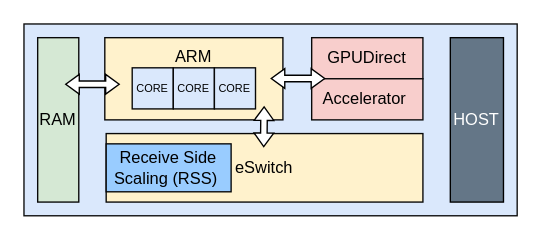
Above: BF3_framwork.drawio in CHRIS123540/GPU (draw.io), before the change. Source tidied: cells renumbered, new cells numbered last; positions are measured from the earlier drawing's top-left corner, leaving out a move shared by most shapes. Both pictures are drawn from the tidied source at 137%, with x=0, y=0 at pixel (23, 23).
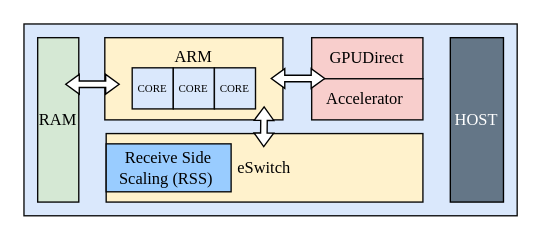
The same page after the edit.

Diff of the diagram source:
```diff
@@
 <mxGraphModel>
   <root>
     <mxCell id="0" />
     <mxCell id="1" parent="0" />
-    <mxCell id="2" style="rounded=0;whiteSpace=wrap;html=1;fillColor=#dae8fc;strokeColor=#0d0d0d;" parent="1" vertex="1">
+    <mxCell id="2" style="rounded=0;whiteSpace=wrap;html=1;fillColor=#dae8fc;strokeColor=#0d0d0d;fontFamily=Times New Roman;" parent="1" vertex="1">
       <mxGeometry width="360" height="140" as="geometry" />
     </mxCell>
-    <mxCell id="3" style="edgeStyle=orthogonalEdgeStyle;rounded=0;jettySize=auto;html=1;" parent="1" edge="1" source="4" target="11">
+    <mxCell id="3" style="edgeStyle=orthogonalEdgeStyle;rounded=0;jettySize=auto;html=1;fontFamily=Times New Roman;" parent="1" edge="1" source="4" target="11">
       <mxGeometry relative="1" as="geometry" />
     </mxCell>
-    <mxCell id="4" value="eSwitch" style="rounded=0;whiteSpace=wrap;html=1;fillColor=#fff2cc;strokeColor=#080808;" parent="1" vertex="1">
+    <mxCell id="4" value="eSwitch" style="rounded=0;whiteSpace=wrap;html=1;fillColor=#fff2cc;strokeColor=#080808;fontFamily=Times New Roman;" parent="1" vertex="1">
       <mxGeometry x="60" y="80" width="231.2" height="50" as="geometry" />
     </mxCell>
-    <mxCell id="5" value="ARM" style="rounded=0;whiteSpace=wrap;html=1;horizontal=1;verticalAlign=top;fillColor=#fff2cc;strokeColor=#080808;" parent="1" vertex="1">
+    <mxCell id="5" value="ARM" style="rounded=0;whiteSpace=wrap;html=1;horizontal=1;verticalAlign=top;fillColor=#fff2cc;strokeColor=#080808;fontFamily=Times New Roman;" parent="1" vertex="1">
       <mxGeometry x="59" y="10" width="130" height="60" as="geometry" />
     </mxCell>
-    <mxCell id="6" value="&amp;nbsp;GPUDirect&amp;nbsp;" style="rounded=0;whiteSpace=wrap;html=1;fillColor=#f8cecc;strokeColor=#080808;" parent="1" vertex="1">
+    <mxCell id="6" value="&amp;nbsp;GPUDirect&amp;nbsp;" style="rounded=0;whiteSpace=wrap;html=1;fillColor=#f8cecc;strokeColor=#080808;fontFamily=Times New Roman;" parent="1" vertex="1">
       <mxGeometry x="210" y="10" width="81.2" height="30" as="geometry" />
     </mxCell>
-    <mxCell id="7" value="Accelerator&amp;nbsp;" style="rounded=0;whiteSpace=wrap;html=1;fillColor=#f8cecc;strokeColor=#080808;" parent="1" vertex="1">
+    <mxCell id="7" value="Accelerator&amp;nbsp;" style="rounded=0;whiteSpace=wrap;html=1;fillColor=#f8cecc;strokeColor=#080808;fontFamily=Times New Roman;" parent="1" vertex="1">
       <mxGeometry x="210" y="40" width="81.2" height="30" as="geometry" />
     </mxCell>
-    <mxCell id="8" value="RAM" style="rounded=0;whiteSpace=wrap;html=1;fillColor=#d5e8d4;strokeColor=#080808;" parent="1" vertex="1">
+    <mxCell id="8" value="RAM" style="rounded=0;whiteSpace=wrap;html=1;fillColor=#d5e8d4;strokeColor=#080808;fontFamily=Times New Roman;" parent="1" vertex="1">
       <mxGeometry x="10" y="10" width="30" height="120" as="geometry" />
     </mxCell>
-    <mxCell id="9" value="CORE" style="rounded=0;whiteSpace=wrap;html=1;fontSize=8;labelBackgroundColor=none;strokeColor=#080808;fillColor=#dae8fc;" parent="1" vertex="1">
+    <mxCell id="9" value="CORE" style="rounded=0;whiteSpace=wrap;html=1;fontSize=8;labelBackgroundColor=none;strokeColor=#080808;fillColor=#dae8fc;fontFamily=Times New Roman;" parent="1" vertex="1">
       <mxGeometry x="79" y="32" width="30" height="30" as="geometry" />
     </mxCell>
-    <mxCell id="10" value="CORE" style="rounded=0;whiteSpace=wrap;html=1;fontSize=8;labelBackgroundColor=none;strokeColor=#080808;fillColor=#dae8fc;" parent="1" vertex="1">
+    <mxCell id="10" value="CORE" style="rounded=0;whiteSpace=wrap;html=1;fontSize=8;labelBackgroundColor=none;strokeColor=#080808;fillColor=#dae8fc;fontFamily=Times New Roman;" parent="1" vertex="1">
       <mxGeometry x="109" y="32" width="30" height="30" as="geometry" />
     </mxCell>
-    <mxCell id="11" value="CORE" style="rounded=0;whiteSpace=wrap;html=1;fontSize=8;labelBackgroundColor=none;strokeColor=#080808;fillColor=#dae8fc;" parent="1" vertex="1">
+    <mxCell id="11" value="CORE" style="rounded=0;whiteSpace=wrap;html=1;fontSize=8;labelBackgroundColor=none;strokeColor=#080808;fillColor=#dae8fc;fontFamily=Times New Roman;" parent="1" vertex="1">
       <mxGeometry x="139" y="32" width="30" height="30" as="geometry" />
     </mxCell>
-    <mxCell id="12" value="HOST" style="rounded=0;whiteSpace=wrap;html=1;fillColor=#647687;fontColor=#ffffff;strokeColor=#000000;" parent="1" vertex="1">
+    <mxCell id="12" value="HOST" style="rounded=0;whiteSpace=wrap;html=1;fillColor=#647687;fontColor=#ffffff;strokeColor=#000000;fontFamily=Times New Roman;" parent="1" vertex="1">
       <mxGeometry x="311.2" y="10" width="38.8" height="120" as="geometry" />
     </mxCell>
-    <mxCell id="13" style="shape=flexArrow;endArrow=classic;startArrow=classic;html=1;rounded=0;startWidth=8.571428571428571;startSize=2.954285714285714;endWidth=8.571428571428571;endSize=2.954285714285714;width=4.761904761904762;fillColor=default;" parent="1" edge="1">
+    <mxCell id="13" style="shape=flexArrow;endArrow=classic;startArrow=classic;html=1;rounded=0;startWidth=8.571428571428571;startSize=2.954285714285714;endWidth=8.571428571428571;endSize=2.954285714285714;width=4.761904761904762;fillColor=default;fontFamily=Times New Roman;" parent="1" edge="1">
       <mxGeometry relative="1" as="geometry">
         <mxPoint x="180" y="39.8" as="sourcePoint" />
         <mxPoint x="220" y="39.8" as="targetPoint" />
       </mxGeometry>
     </mxCell>
-    <mxCell id="14" style="shape=flexArrow;endArrow=classic;startArrow=classic;html=1;rounded=0;startWidth=8.571428571428571;startSize=2.954285714285714;endWidth=8.571428571428571;endSize=2.954285714285714;width=4.761904761904762;fillColor=default;" parent="1" edge="1">
+    <mxCell id="14" style="shape=flexArrow;endArrow=classic;startArrow=classic;html=1;rounded=0;startWidth=8.571428571428571;startSize=2.954285714285714;endWidth=8.571428571428571;endSize=2.954285714285714;width=4.761904761904762;fillColor=default;fontFamily=Times New Roman;" parent="1" edge="1">
       <mxGeometry relative="1" as="geometry">
         <mxPoint x="30" y="44" as="sourcePoint" />
         <mxPoint x="70" y="44" as="targetPoint" />
       </mxGeometry>
     </mxCell>
-    <mxCell id="15" value="Receive Side Scaling (RSS)&amp;nbsp;" style="rounded=0;whiteSpace=wrap;html=1;fillColor=#99CCFF;strokeColor=#080808;" parent="1" vertex="1">
+    <mxCell id="15" value="Receive Side Scaling (RSS)&amp;nbsp;" style="rounded=0;whiteSpace=wrap;html=1;fillColor=#99CCFF;strokeColor=#080808;fontFamily=Times New Roman;" parent="1" vertex="1">
       <mxGeometry x="60" y="87.5" width="91.2" height="35" as="geometry" />
     </mxCell>
-    <mxCell id="16" style="shape=flexArrow;endArrow=classic;startArrow=classic;html=1;rounded=0;startWidth=8.571428571428571;startSize=2.954285714285714;endWidth=8.571428571428571;endSize=2.954285714285714;width=4.761904761904762;fillColor=default;exitX=0.5;exitY=0;exitDx=0;exitDy=0;" parent="1" edge="1">
+    <mxCell id="16" style="shape=flexArrow;endArrow=classic;startArrow=classic;html=1;rounded=0;startWidth=8.571428571428571;startSize=2.954285714285714;endWidth=8.571428571428571;endSize=2.954285714285714;width=4.761904761904762;fillColor=default;exitX=0.5;exitY=0;exitDx=0;exitDy=0;fontFamily=Times New Roman;" parent="1" edge="1">
       <mxGeometry relative="1" as="geometry">
         <mxPoint x="175.3" y="60" as="sourcePoint" />
         <mxPoint x="175" y="90" as="targetPoint" />
       </mxGeometry>
     </mxCell>
   </root>
 </mxGraphModel>
```
